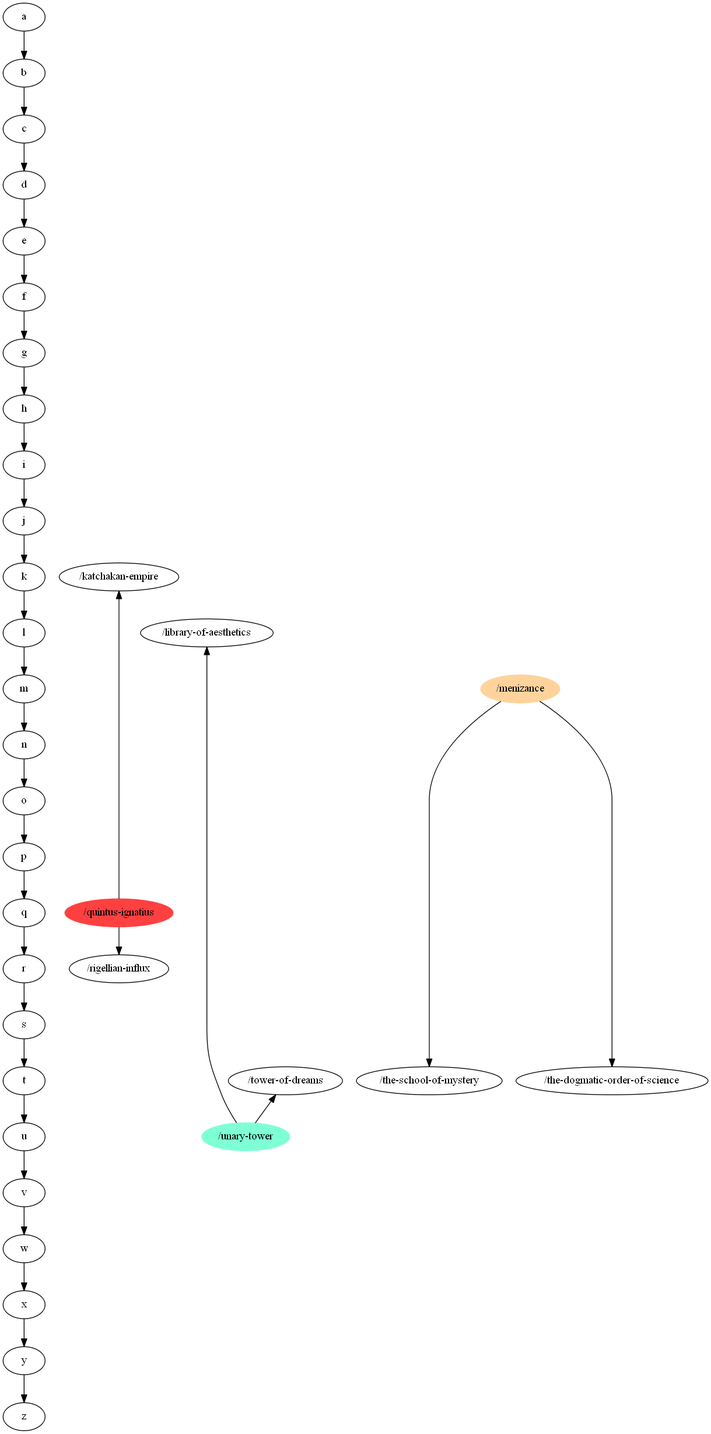
The Graphviz diagram at-ranked.png in m-r-hunt/od117-walker, before a commit. Its source is kept beside it as at-ranked.dot.
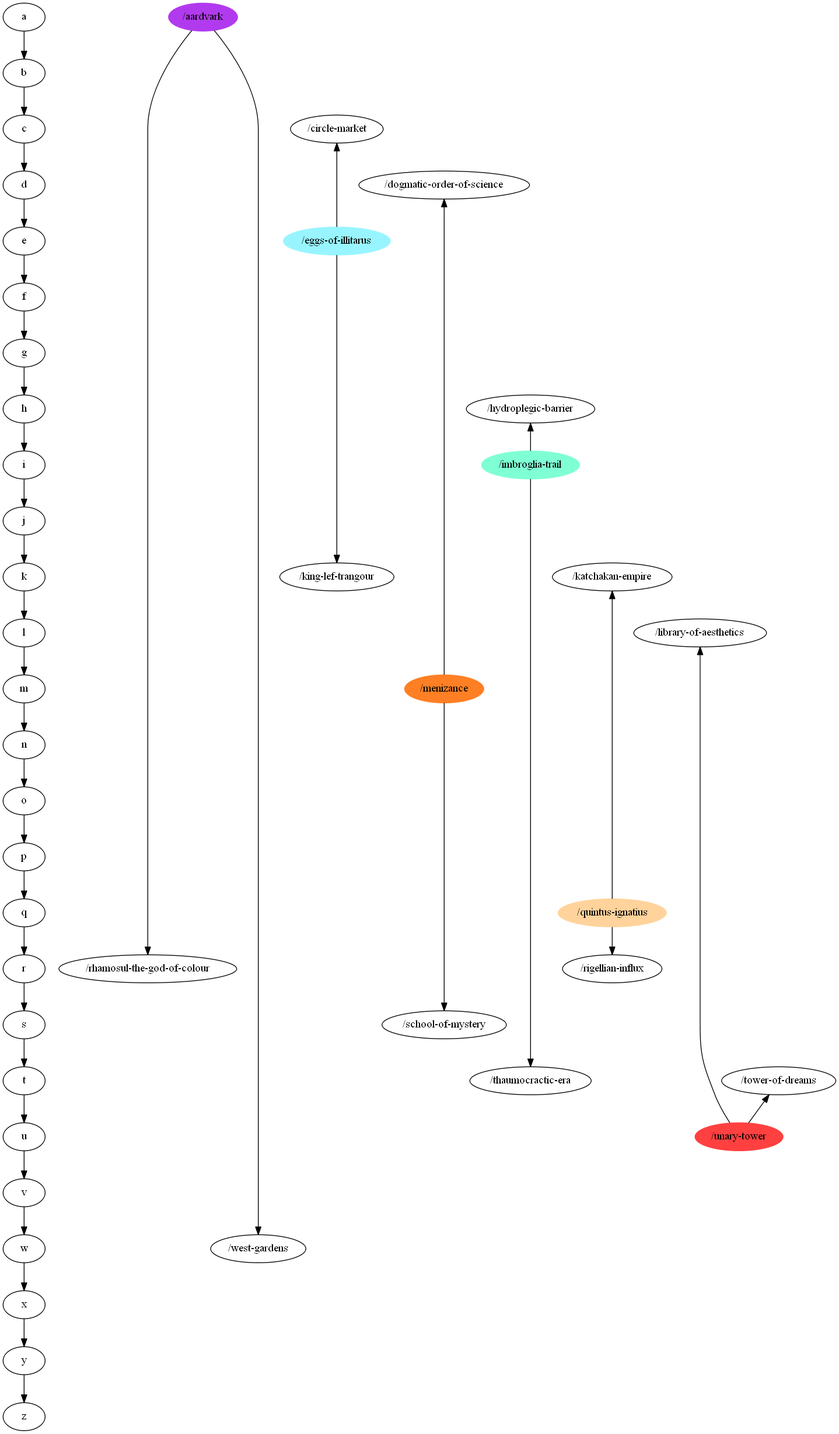
Later version of the same file.

What changed in the source:
```diff
@@ -2,18 +2,22 @@
 a->b->c->d->e->f->g->h->i->j->k->l->m->n->o->p->q->r->s->t->u->v->w->x->y->z;
 { rank=same;
 a;
+"/aardvark" [color=darkorchid2,style=filled];
 }
 { rank=same;
 b;
 }
 { rank=same;
 c;
+"/circle-market";
 }
 { rank=same;
 d;
+"/dogmatic-order-of-science";
 }
 { rank=same;
 e;
+"/eggs-of-illitarus" [color=cadetblue1,style=filled];
 }
 { rank=same;
 f;
@@ -23,15 +27,18 @@
 }
 { rank=same;
 h;
+"/hydroplegic-barrier";
 }
 { rank=same;
 i;
+"/imbroglia-trail" [color=aquamarine,style=filled];
 }
 { rank=same;
 j;
 }
 { rank=same;
 k;
+"/king-lef-trangour";
 "/katchakan-empire";
 }
 { rank=same;
@@ -40,7 +47,7 @@
 }
 { rank=same;
 m;
-"/menizance" [color=burlywood1,style=filled];
+"/menizance" [color=chocolate1,style=filled];
 }
 { rank=same;
 n;
@@ -53,30 +60,32 @@
 }
 { rank=same;
 q;
-"/quintus-ignatius" [color=brown1,style=filled];
+"/quintus-ignatius" [color=burlywood1,style=filled];
 }
 { rank=same;
 r;
+"/rhamosul-the-god-of-colour";
 "/rigellian-influx";
 }
 { rank=same;
 s;
+"/school-of-mystery";
 }
 { rank=same;
 t;
+"/thaumocractic-era";
 "/tower-of-dreams";
-"/the-school-of-mystery";
-"/the-dogmatic-order-of-science";
 }
 { rank=same;
 u;
-"/unary-tower" [color=aquamarine,style=filled];
+"/unary-tower" [color=brown1,style=filled];
 }
 { rank=same;
 v;
 }
 { rank=same;
 w;
+"/west-gardens";
 }
 { rank=same;
 x;
@@ -89,8 +98,14 @@
 }
 "/unary-tower" -> "/tower-of-dreams";
 "/unary-tower" -> "/library-of-aesthetics";
+"/imbroglia-trail" -> "/thaumocractic-era";
+"/imbroglia-trail" -> "/hydroplegic-barrier";
+"/eggs-of-illitarus" -> "/king-lef-trangour";
+"/eggs-of-illitarus" -> "/circle-market";
 "/quintus-ignatius" -> "/rigellian-influx";
 "/quintus-ignatius" -> "/katchakan-empire";
-"/menizance" -> "/the-school-of-mystery";
-"/menizance" -> "/the-dogmatic-order-of-science";
+"/menizance" -> "/school-of-mystery";
+"/menizance" -> "/dogmatic-order-of-science";
+"/aardvark" -> "/rhamosul-the-god-of-colour";
+"/aardvark" -> "/west-gardens";
 }
```
